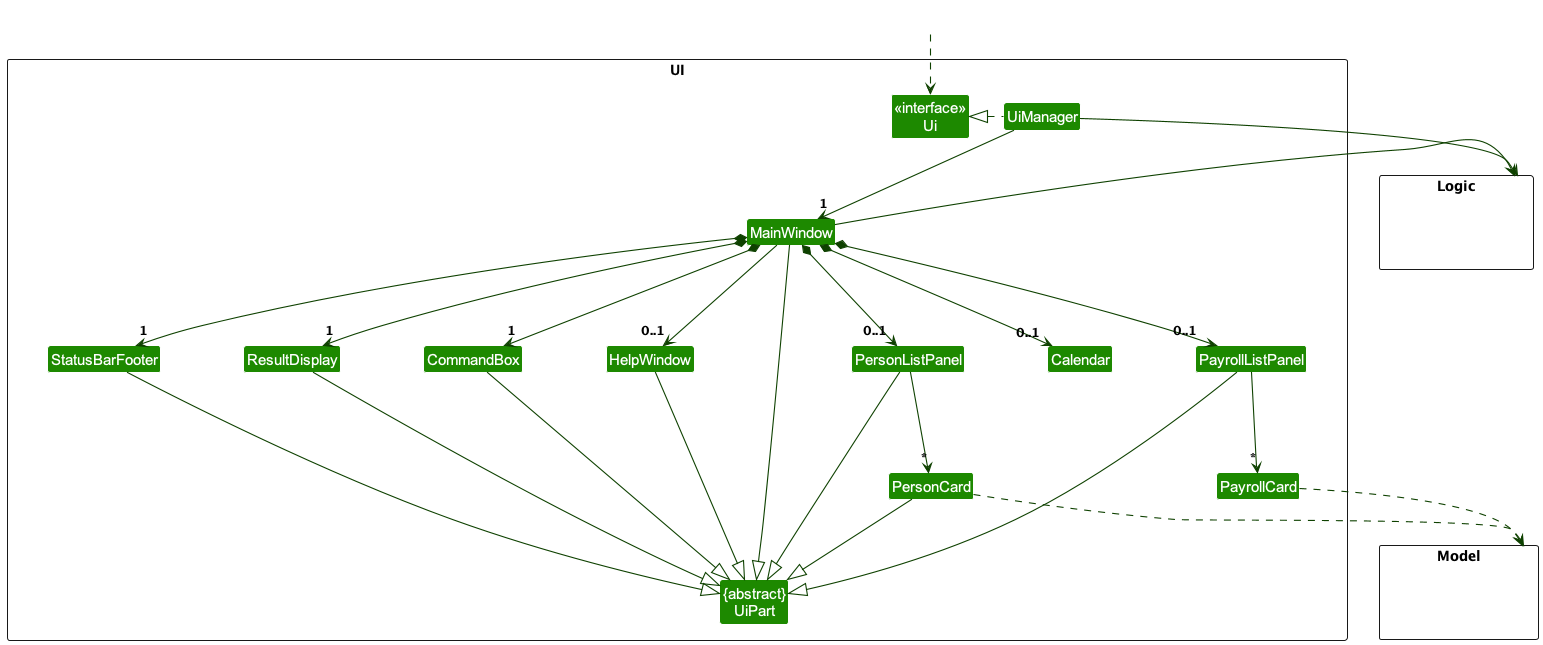
Before: docs/images/UiClassDiagram.png, a diagram exported from PlantUML (AY2324S2-CS2103T-T17-4/tp). Its diagram source:
```plantuml
@startuml
!include style.puml
skinparam arrowThickness 1.1
skinparam arrowColor UI_COLOR_T4
skinparam classBackgroundColor UI_COLOR

package UI <<Rectangle>>{
Class "<<interface>>\nUi" as Ui
Class "{abstract}\nUiPart" as UiPart
Class UiManager
Class MainWindow
Class HelpWindow
Class ResultDisplay
Class PersonListPanel
Class PersonCard
Class StatusBarFooter
Class CommandBox
Class Calendar
Class PayrollListPanel
Class PayrollCard
}

package Model <<Rectangle>> {
Class HiddenModel #FFFFFF
}

package Logic <<Rectangle>> {
Class HiddenLogic #FFFFFF
}

Class HiddenOutside #FFFFFF
HiddenOutside ..> Ui

UiManager .left.|> Ui
UiManager -down-> "1" MainWindow
MainWindow *-down->  "1" CommandBox
MainWindow *-down-> "1" ResultDisplay
MainWindow *-down-> "0..1" PersonListPanel
MainWindow *-down-> "0..1" PayrollListPanel
MainWindow *-down-> "0..1" Calendar
MainWindow *-down-> "1" StatusBarFooter
MainWindow --> "0..1" HelpWindow

PersonListPanel -down-> "*" PersonCard
PayrollListPanel -down-> "*" PayrollCard

MainWindow -left-|> UiPart

ResultDisplay --|> UiPart
CommandBox --|> UiPart
PersonListPanel --|> UiPart
PayrollListPanel --|> UiPart
PersonCard --|> UiPart
StatusBarFooter --|> UiPart
HelpWindow --|> UiPart

PersonCard ..> Model
PayrollCard ..> Model
UiManager -right-> Logic
MainWindow -left-> Logic

PersonListPanel -[hidden]left- HelpWindow
HelpWindow -[hidden]left- CommandBox
CommandBox -[hidden]left- ResultDisplay
ResultDisplay -[hidden]left- StatusBarFooter

MainWindow -[hidden]-|> UiPart
@enduml
```
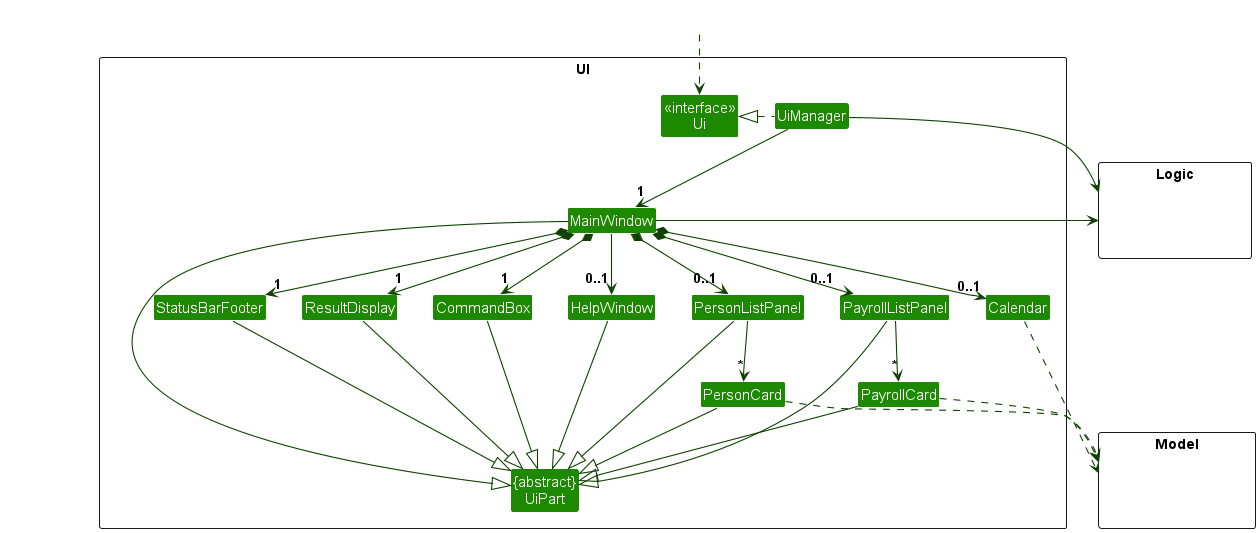
The same diagram one commit later.

Diff of the diagram source:
```diff
@@ -49,6 +49,7 @@
 ResultDisplay --|> UiPart
 CommandBox --|> UiPart
 PersonListPanel --|> UiPart
+PayrollCard --|> UiPart
 PayrollListPanel --|> UiPart
 PersonCard --|> UiPart
 StatusBarFooter --|> UiPart
@@ -56,6 +57,7 @@
 
 PersonCard ..> Model
 PayrollCard ..> Model
+Calendar ..> Model
 UiManager -right-> Logic
 MainWindow -left-> Logic
 
```
